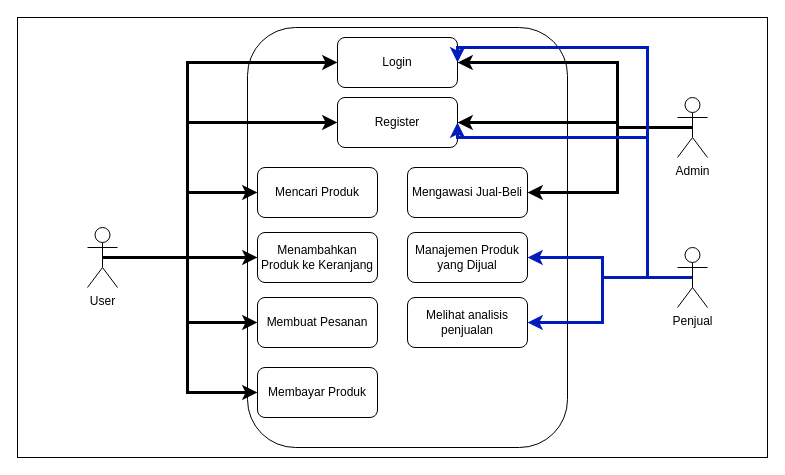
JunathanRichie/KPPL-Pertemuan-5 keeps this draw.io diagram as KPPL15UseCase.drawio. Above is the earlier version. Source tidied: cells renumbered, new cells numbered last; positions are measured from the earlier drawing's top-left corner, leaving out a move shared by most shapes. Both pictures are drawn from the tidied source at 100%, with x=0, y=0 at pixel (17, 17).
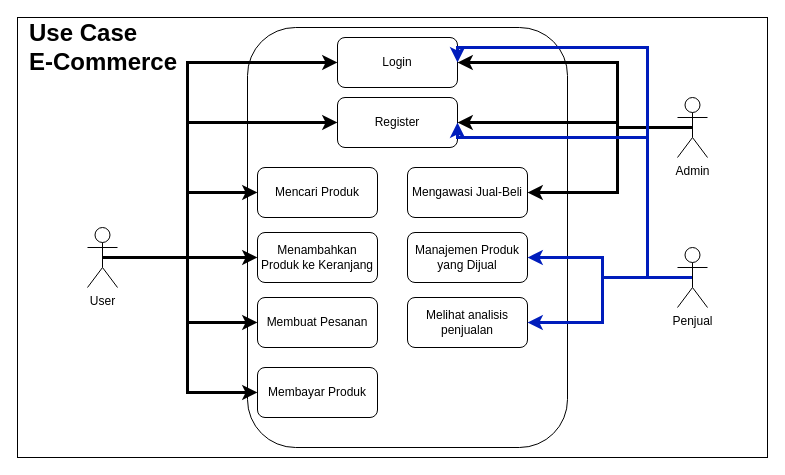
Above is the later version.

Diff of the diagram source:
```diff
@@
+    <mxCell id="29" value="Use Case&amp;nbsp;&lt;div&gt;E-Commerce&lt;/div&gt;" style="text;strokeColor=none;fillColor=none;html=1;fontSize=24;fontStyle=1;verticalAlign=middle;align=left;" parent="1" vertex="1">
+      <mxGeometry x="10" y="10" width="100" height="40" as="geometry" />
+    </mxCell>
```
